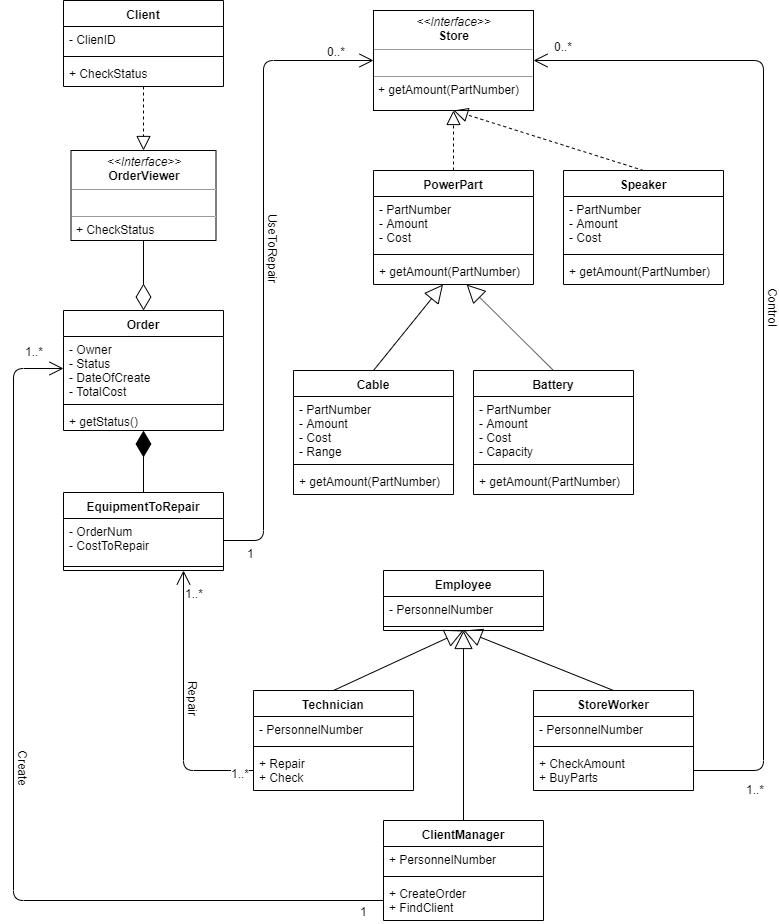
Above: UML/UML.png in lylaka3/IS (draw.io), before the change. Source tidied: cells renumbered, new cells last; positions are measured from the earlier drawing's top-left corner, leaving out a move shared by most shapes.
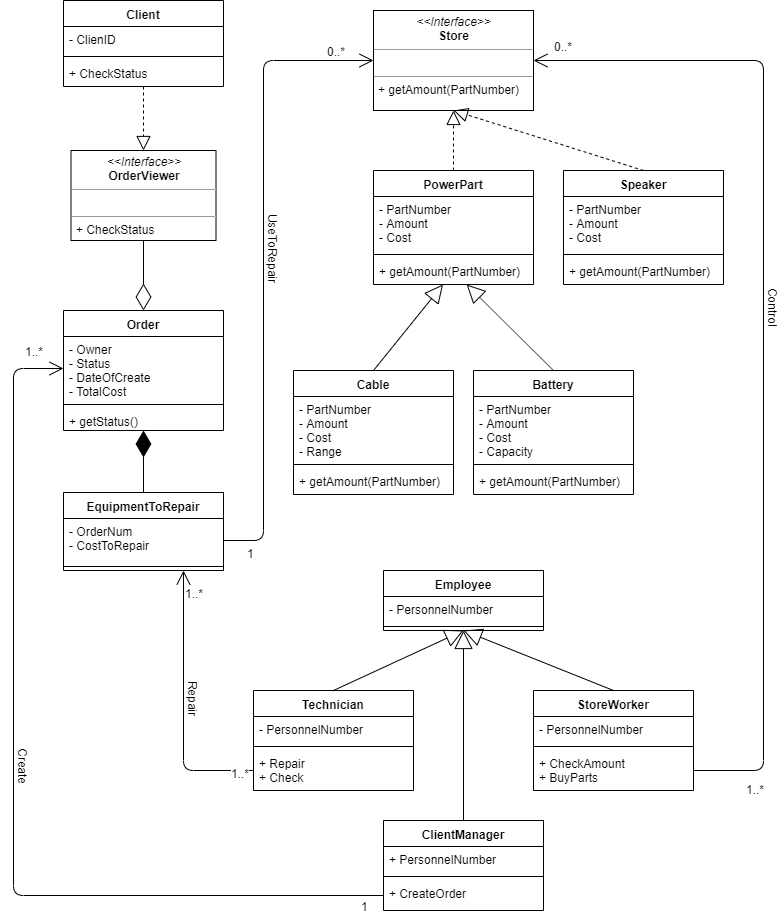
Above is the later version.

The edit, as a diff of the source:
```diff
@@ -119,7 +119,7 @@
       </mxGeometry>
     </mxCell>
     <mxCell id="35" value="ClientManager" style="swimlane;fontStyle=1;align=center;verticalAlign=top;horizontal=1;startSize=26;" parent="1" vertex="1">
-      <mxGeometry x="370" y="820" width="160" height="100" as="geometry" />
+      <mxGeometry x="370" y="820" width="160" height="90" as="geometry" />
     </mxCell>
     <mxCell id="36" value="+ PersonnelNumber" style="text;strokeColor=none;fillColor=none;align=left;verticalAlign=top;spacingLeft=4;spacingRight=4;overflow=hidden;" parent="35" vertex="1">
       <mxGeometry y="26" width="160" height="26" as="geometry" />
@@ -127,8 +127,8 @@
     <mxCell id="37" style="line;strokeWidth=1;fillColor=none;align=left;verticalAlign=middle;spacingTop=-1;spacingLeft=3;spacingRight=3;labelPosition=right;" parent="35" vertex="1">
       <mxGeometry y="52" width="160" height="8" as="geometry" />
     </mxCell>
-    <mxCell id="38" value="+ CreateOrder&#10;+ FindClient" style="text;strokeColor=none;fillColor=none;align=left;verticalAlign=top;spacingLeft=4;spacingRight=4;overflow=hidden;points=[[0,0.5],[1,0.5]];portConstraint=eastwest;" parent="35" vertex="1">
-      <mxGeometry y="60" width="160" height="40" as="geometry" />
+    <mxCell id="38" value="+ CreateOrder" style="text;strokeColor=none;fillColor=none;align=left;verticalAlign=top;spacingLeft=4;spacingRight=4;overflow=hidden;points=[[0,0.5],[1,0.5]];portConstraint=eastwest;" parent="35" vertex="1">
+      <mxGeometry y="60" width="160" height="30" as="geometry" />
     </mxCell>
     <mxCell id="39" style="endArrow=block;endSize=16;endFill=0;html=1;exitX=0.5;exitY=0;exitDx=0;exitDy=0;" parent="1" edge="1" source="35">
       <mxGeometry x="-0.05" y="3" relative="1" as="geometry">
@@ -138,7 +138,7 @@
     <mxCell id="40" style="endArrow=open;endFill=1;endSize=12;html=1;exitX=0;exitY=0.5;exitDx=0;exitDy=0;edgeStyle=orthogonalEdgeStyle;entryX=0;entryY=0.5;entryDx=0;entryDy=0;" parent="1" edge="1" source="38" target="3">
       <mxGeometry relative="1" as="geometry">
         <Array as="points">
-          <mxPoint y="900" />
+          <mxPoint y="895" />
           <mxPoint y="368" />
         </Array>
       </mxGeometry>
```
